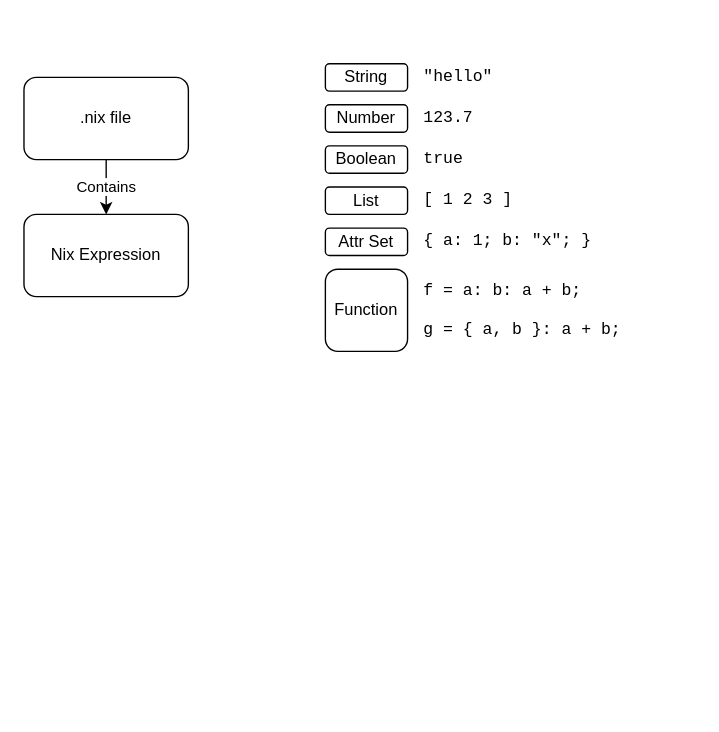
This is Untitled Diagram.drawio from iFreilicht/drawings, a draw.io file, before an edit. Source tidied: cells renumbered, new cells numbered last; positions are measured from the earlier drawing's top-left corner, leaving out a move shared by most shapes. Both pictures are drawn from the tidied source at 137%, with x=0, y=0 at pixel (23, 63).
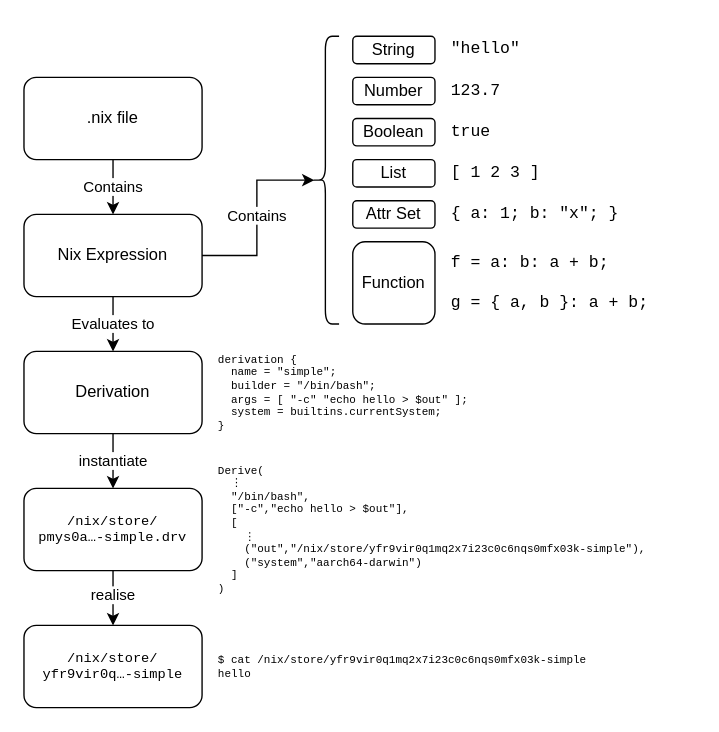
Above is the later version.

Commit message:
Finish file to realised output derivation

The edit, as a diff of the source:
```diff
@@
     <mxCell id="2" value=".nix file" style="rounded=1;whiteSpace=wrap;html=1;" parent="1" vertex="1">
-      <mxGeometry y="10" width="120" height="60" as="geometry" />
+      <mxGeometry y="10" width="130" height="60" as="geometry" />
     </mxCell>
     <mxCell id="3" value="Nix Expression" style="rounded=1;whiteSpace=wrap;html=1;" parent="1" vertex="1">
-      <mxGeometry y="110" width="120" height="60" as="geometry" />
+      <mxGeometry y="110" width="130" height="60" as="geometry" />
     </mxCell>
-    <mxCell id="4" value="Contains" style="endArrow=classic;html=1;rounded=0;exitX=0.5;exitY=1;exitDx=0;exitDy=0;entryX=0.5;entryY=0;entryDx=0;entryDy=0;" parent="1" edge="1" source="2">
-      <mxGeometry relative="1" as="geometry">
-        <mxPoint x="60" y="110" as="targetPoint" />
-      </mxGeometry>
+    <mxCell id="4" value="Contains" style="endArrow=classic;html=1;rounded=0;exitX=0.5;exitY=1;exitDx=0;exitDy=0;entryX=0.5;entryY=0;entryDx=0;entryDy=0;" parent="1" edge="1" source="2" target="3">
+      <mxGeometry relative="1" as="geometry" />
     </mxCell>
+    <mxCell id="17" value="instantiate" style="edgeStyle=orthogonalEdgeStyle;rounded=0;jettySize=auto;exitX=0.5;exitY=1;exitDx=0;exitDy=0;entryX=0.5;entryY=0;entryDx=0;entryDy=0;html=1;" parent="1" edge="1" source="18" target="23">
+      <mxGeometry relative="1" as="geometry" />
+    </mxCell>
+    <mxCell id="18" value="Derivation" style="rounded=1;whiteSpace=wrap;html=1;" parent="1" vertex="1">
+      <mxGeometry y="210" width="130" height="60" as="geometry" />
+    </mxCell>
+    <mxCell id="19" value="Evaluates to" style="endArrow=classic;html=1;rounded=0;exitX=0.5;exitY=1;exitDx=0;exitDy=0;entryX=0.5;entryY=0;entryDx=0;entryDy=0;" parent="1" edge="1" source="3" target="18">
+      <mxGeometry relative="1" as="geometry" />
+    </mxCell>
+    <mxCell id="20" value="&lt;pre style=&quot;font-size: 8px;&quot;&gt;derivation { &lt;br style=&quot;font-size: 8px;&quot;&gt;  name = &quot;simple&quot;; &lt;br style=&quot;font-size: 8px;&quot;&gt;  builder = &quot;/bin/bash&quot;; &lt;br style=&quot;font-size: 8px;&quot;&gt;  args = [ &quot;-c&quot; &quot;echo hello &amp;gt; $out&quot; ]; &lt;br style=&quot;font-size: 8px;&quot;&gt;  system = builtins.currentSystem; &lt;br style=&quot;font-size: 8px;&quot;&gt;}&lt;br style=&quot;font-size: 8px;&quot;&gt;&lt;/pre&gt;" style="rounded=1;whiteSpace=wrap;html=1;fillColor=none;strokeColor=none;align=left;fontSize=8;" parent="1" vertex="1">
+      <mxGeometry x="140" y="210" width="330" height="60" as="geometry" />
+    </mxCell>
+    <mxCell id="21" style="edgeStyle=orthogonalEdgeStyle;rounded=0;jettySize=auto;html=1;exitX=0.5;exitY=1;exitDx=0;exitDy=0;entryX=0.5;entryY=0;entryDx=0;entryDy=0;" parent="1" edge="1" source="23" target="24">
+      <mxGeometry relative="1" as="geometry" />
+    </mxCell>
+    <mxCell id="22" value="realise" style="edgeLabel;html=1;align=center;verticalAlign=middle;" parent="21" vertex="1">
+      <mxGeometry x="-0.14" y="-1" relative="1" as="geometry" />
+    </mxCell>
+    <mxCell id="23" value="&lt;pre style=&quot;font-size: 10px;&quot;&gt;/nix/store/&lt;br style=&quot;font-size: 10px;&quot;&gt;pmys0a…-simple.drv&lt;/pre&gt;" style="rounded=1;whiteSpace=wrap;html=1;fontSize=10;" parent="1" vertex="1">
+      <mxGeometry y="310" width="130" height="60" as="geometry" />
+    </mxCell>
+    <mxCell id="24" value="&lt;div style=&quot;font-size: 10px;&quot;&gt;&lt;pre style=&quot;font-size: 10px;&quot;&gt;/nix/store/&lt;br style=&quot;font-size: 10px;&quot;&gt;yfr9vir0q…-simple&lt;/pre&gt;&lt;/div&gt;" style="rounded=1;whiteSpace=wrap;html=1;fontSize=10;" parent="1" vertex="1">
+      <mxGeometry y="410" width="130" height="60" as="geometry" />
+    </mxCell>
+    <mxCell id="25" value="&lt;pre style=&quot;font-size: 8px;&quot;&gt;Derive(&lt;br&gt;  ⋮&lt;br&gt;  &quot;/bin/bash&quot;,&lt;br&gt;  [&quot;-c&quot;,&quot;echo hello &amp;gt; $out&quot;],&lt;br&gt;  [&lt;br&gt;    ⋮  &lt;br&gt;    (&quot;out&quot;,&quot;/nix/store/yfr9vir0q1mq2x7i23c0c6nqs0mfx03k-simple&quot;),&lt;br&gt;    (&quot;system&quot;,&quot;aarch64-darwin&quot;)&lt;br&gt;  ]&lt;br&gt;)&lt;br style=&quot;font-size: 8px;&quot;&gt;&lt;/pre&gt;" style="rounded=1;whiteSpace=wrap;html=1;fillColor=none;strokeColor=none;align=left;fontSize=8;" parent="1" vertex="1">
+      <mxGeometry x="140" y="295" width="330" height="90" as="geometry" />
+    </mxCell>
+    <mxCell id="26" value="&lt;pre&gt;$ cat /nix/store/yfr9vir0q1mq2x7i23c0c6nqs0mfx03k-simple&lt;br&gt;hello&lt;/pre&gt;" style="rounded=1;whiteSpace=wrap;html=1;fillColor=none;strokeColor=none;align=left;fontSize=8;" parent="1" vertex="1">
+      <mxGeometry x="140" y="410" width="330" height="60" as="geometry" />
+    </mxCell>
+    <mxCell id="27" value="Contains" style="edgeStyle=orthogonalEdgeStyle;rounded=0;jettySize=auto;html=1;exitX=1;exitY=0.5;exitDx=0;exitDy=0;entryX=0.1;entryY=0.5;entryDx=0;entryDy=0;entryPerimeter=0;" parent="1" edge="1" source="3" target="29">
+      <mxGeometry relative="1" as="geometry" />
+    </mxCell>
+    <mxCell id="28" style="group;" parent="1" vertex="1">
+      <mxGeometry x="210" y="-20" width="260" height="210" as="geometry" />
+    </mxCell>
-    <mxCell id="5" value="String" style="rounded=1;whiteSpace=wrap;html=1;" parent="1" vertex="1">
-      <mxGeometry x="220" width="60" height="20" as="geometry" />
+    <mxCell id="5" value="String" style="rounded=1;whiteSpace=wrap;html=1;" parent="28" vertex="1">
+      <mxGeometry x="30" width="60" height="20" as="geometry" />
     </mxCell>
-    <mxCell id="6" value="&lt;div&gt;Boolean&lt;/div&gt;" style="rounded=1;whiteSpace=wrap;html=1;" parent="1" vertex="1">
-      <mxGeometry x="220" y="60" width="60" height="20" as="geometry" />
+    <mxCell id="6" value="&lt;div&gt;Boolean&lt;/div&gt;" style="rounded=1;whiteSpace=wrap;html=1;" parent="28" vertex="1">
+      <mxGeometry x="30" y="60" width="60" height="20" as="geometry" />
     </mxCell>
-    <mxCell id="7" value="Function" style="rounded=1;whiteSpace=wrap;html=1;" parent="1" vertex="1">
-      <mxGeometry x="220" y="150" width="60" height="60" as="geometry" />
+    <mxCell id="7" value="Function" style="rounded=1;whiteSpace=wrap;html=1;" parent="28" vertex="1">
+      <mxGeometry x="30" y="150" width="60" height="60" as="geometry" />
     </mxCell>
-    <mxCell id="8" value="Number" style="rounded=1;whiteSpace=wrap;html=1;" parent="1" vertex="1">
-      <mxGeometry x="220" y="30" width="60" height="20" as="geometry" />
+    <mxCell id="8" value="Number" style="rounded=1;whiteSpace=wrap;html=1;" parent="28" vertex="1">
+      <mxGeometry x="30" y="30" width="60" height="20" as="geometry" />
     </mxCell>
-    <mxCell id="9" value="List" style="rounded=1;whiteSpace=wrap;html=1;" parent="1" vertex="1">
-      <mxGeometry x="220" y="90" width="60" height="20" as="geometry" />
+    <mxCell id="9" value="List" style="rounded=1;whiteSpace=wrap;html=1;" parent="28" vertex="1">
+      <mxGeometry x="30" y="90" width="60" height="20" as="geometry" />
     </mxCell>
-    <mxCell id="10" value="Attr Set" style="rounded=1;whiteSpace=wrap;html=1;" parent="1" vertex="1">
-      <mxGeometry x="220" y="120" width="60" height="20" as="geometry" />
+    <mxCell id="10" value="Attr Set" style="rounded=1;whiteSpace=wrap;html=1;" parent="28" vertex="1">
+      <mxGeometry x="30" y="120" width="60" height="20" as="geometry" />
     </mxCell>
-    <mxCell id="11" value="&lt;pre&gt;&quot;hello&quot;&lt;/pre&gt;" style="rounded=1;whiteSpace=wrap;html=1;fillColor=none;strokeColor=none;align=left;" parent="1" vertex="1">
-      <mxGeometry x="290" width="200" height="20" as="geometry" />
+    <mxCell id="11" value="&lt;pre&gt;&quot;hello&quot;&lt;/pre&gt;" style="rounded=1;whiteSpace=wrap;html=1;fillColor=none;strokeColor=none;align=left;" parent="28" vertex="1">
+      <mxGeometry x="100" width="160" height="20" as="geometry" />
     </mxCell>
-    <mxCell id="12" value="&lt;pre&gt;123.7&lt;/pre&gt;" style="rounded=1;whiteSpace=wrap;html=1;fillColor=none;strokeColor=none;align=left;" parent="1" vertex="1">
-      <mxGeometry x="290" y="30" width="200" height="20" as="geometry" />
+    <mxCell id="12" value="&lt;pre&gt;123.7&lt;/pre&gt;" style="rounded=1;whiteSpace=wrap;html=1;fillColor=none;strokeColor=none;align=left;" parent="28" vertex="1">
+      <mxGeometry x="100" y="30" width="160" height="20" as="geometry" />
     </mxCell>
-    <mxCell id="13" value="&lt;pre&gt;true&lt;/pre&gt;" style="rounded=1;whiteSpace=wrap;html=1;fillColor=none;strokeColor=none;align=left;" parent="1" vertex="1">
-      <mxGeometry x="290" y="60" width="200" height="20" as="geometry" />
+    <mxCell id="13" value="&lt;pre&gt;true&lt;/pre&gt;" style="rounded=1;whiteSpace=wrap;html=1;fillColor=none;strokeColor=none;align=left;" parent="28" vertex="1">
+      <mxGeometry x="100" y="60" width="160" height="20" as="geometry" />
     </mxCell>
-    <mxCell id="14" value="&lt;pre&gt;[ 1 2 3 ]&lt;/pre&gt;" style="rounded=1;whiteSpace=wrap;html=1;fillColor=none;strokeColor=none;align=left;" parent="1" vertex="1">
-      <mxGeometry x="290" y="90" width="200" height="20" as="geometry" />
+    <mxCell id="14" value="&lt;pre&gt;[ 1 2 3 ]&lt;/pre&gt;" style="rounded=1;whiteSpace=wrap;html=1;fillColor=none;strokeColor=none;align=left;" parent="28" vertex="1">
+      <mxGeometry x="100" y="90" width="160" height="20" as="geometry" />
     </mxCell>
-    <mxCell id="15" value="&lt;pre&gt;{ a: 1; b: &quot;x&quot;; } &lt;/pre&gt;" style="rounded=1;whiteSpace=wrap;html=1;fillColor=none;strokeColor=none;align=left;" parent="1" vertex="1">
-      <mxGeometry x="290" y="120" width="200" height="20" as="geometry" />
+    <mxCell id="15" value="&lt;pre&gt;{ a: 1; b: &quot;x&quot;; } &lt;/pre&gt;" style="rounded=1;whiteSpace=wrap;html=1;fillColor=none;strokeColor=none;align=left;" parent="28" vertex="1">
+      <mxGeometry x="100" y="120" width="160" height="20" as="geometry" />
     </mxCell>
-    <mxCell id="16" value="&lt;pre&gt;f = a: b: a + b;&lt;br&gt;&lt;br&gt;g = { a, b }: a + b;&lt;br&gt;&lt;/pre&gt;" style="rounded=1;whiteSpace=wrap;html=1;fillColor=none;strokeColor=none;align=left;" parent="1" vertex="1">
-      <mxGeometry x="290" y="150" width="200" height="60" as="geometry" />
+    <mxCell id="16" value="&lt;pre&gt;f = a: b: a + b;&lt;br&gt;&lt;br&gt;g = { a, b }: a + b;&lt;br&gt;&lt;/pre&gt;" style="rounded=1;whiteSpace=wrap;html=1;fillColor=none;strokeColor=none;align=left;" parent="28" vertex="1">
+      <mxGeometry x="100" y="150" width="160" height="60" as="geometry" />
     </mxCell>
+    <mxCell id="29" style="shape=curlyBracket;whiteSpace=wrap;html=1;rounded=1;labelPosition=left;verticalLabelPosition=middle;align=right;verticalAlign=middle;" parent="28" vertex="1">
+      <mxGeometry width="20" height="210" as="geometry" />
+    </mxCell>
```
